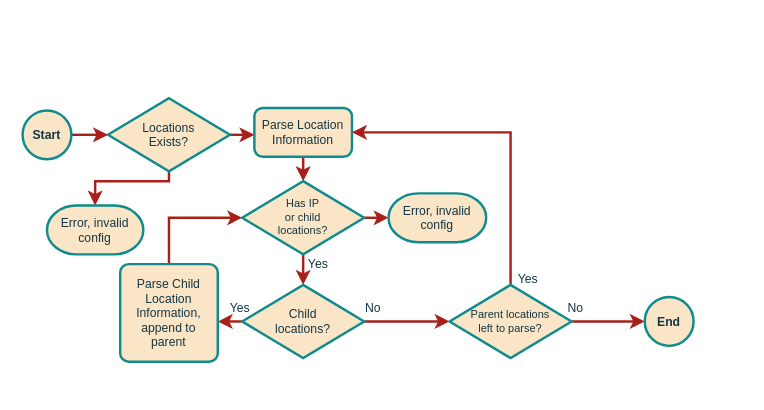
Earlier version of the draw.io diagram 3. Proyecto/metamodel/LexicalLocationsFlow.drawio (MrDahaniel/StarDuck). Source tidied: cells renumbered, new cells numbered last; positions are measured from the earlier drawing's top-left corner, leaving out a move shared by most shapes. Both pictures are drawn from the tidied source at 122%, with x=0, y=0 at pixel (22, 98).
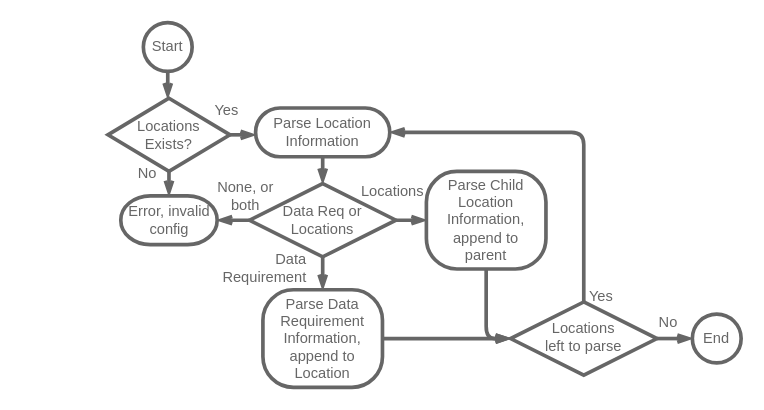
After the change.

Change to the diagram source:
```diff
@@
-    <mxCell id="2" style="edgeStyle=orthogonalEdgeStyle;shape=connector;rounded=0;jettySize=auto;html=1;labelBackgroundColor=default;strokeColor=#A8201A;strokeWidth=2;fontFamily=Helvetica;fontSize=11;fontColor=#143642;endArrow=classic;fillColor=#FAE5C7;" parent="1" edge="1" source="7" target="5">
+    <mxCell id="2" style="edgeStyle=orthogonalEdgeStyle;shape=connector;rounded=1;jettySize=auto;html=1;labelBackgroundColor=default;strokeColor=#666666;strokeWidth=3;fontFamily=Helvetica;fontSize=12;fontColor=#666666;endArrow=openThin;fillColor=#ffffff;arcSize=50;fontStyle=0;startArrow=none;startFill=0;endFill=0;" parent="1" edge="1" source="7" target="5">
       <mxGeometry relative="1" as="geometry">
         <Array as="points">
           <mxPoint x="230" y="30" />
         </Array>
       </mxGeometry>
     </mxCell>
-    <mxCell id="3" value="No" style="edgeLabel;html=1;align=center;verticalAlign=middle;fontSize=10;fontFamily=Helvetica;fontColor=#143642;labelBackgroundColor=none;" parent="1" vertex="1">
-      <mxGeometry x="288" y="172" as="geometry">
-        <mxPoint x="-2" y="-1" as="offset" />
-      </mxGeometry>
-    </mxCell>
-    <mxCell id="4" style="edgeStyle=orthogonalEdgeStyle;shape=connector;rounded=0;jettySize=auto;html=1;labelBackgroundColor=default;strokeColor=#A8201A;strokeWidth=2;fontFamily=Helvetica;fontSize=11;fontColor=#143642;endArrow=classic;fillColor=#FAE5C7;" parent="1" edge="1" source="5" target="12">
-      <mxGeometry relative="1" as="geometry">
-        <Array as="points">
-          <mxPoint x="230" y="58" />
-          <mxPoint x="230" y="58" />
-        </Array>
-      </mxGeometry>
+    <mxCell id="4" style="edgeStyle=orthogonalEdgeStyle;shape=connector;curved=0;rounded=1;jettySize=auto;html=1;labelBackgroundColor=default;strokeColor=#666666;strokeWidth=3;fontFamily=Helvetica;fontSize=12;fontColor=#666666;startArrow=none;startFill=0;endArrow=openThin;endFill=0;" parent="1" edge="1" source="5" target="12">
+      <mxGeometry relative="1" as="geometry" />
     </mxCell>
-    <mxCell id="5" value="Parse Location&lt;br&gt;Information" style="rounded=1;whiteSpace=wrap;html=1;absoluteArcSize=1;arcSize=14;strokeWidth=2;strokeColor=#0F8B8D;fontFamily=Helvetica;fontSize=10;fontColor=#143642;fillColor=#FAE5C7;" parent="1" vertex="1">
-      <mxGeometry x="190" y="8" width="80" height="40" as="geometry" />
+    <mxCell id="5" value="Parse Location&lt;br&gt;Information" style="rounded=1;whiteSpace=wrap;html=1;absoluteArcSize=1;arcSize=50;strokeWidth=3;strokeColor=#666666;fontFamily=Helvetica;fontSize=12;fontColor=#666666;fillColor=#ffffff;fontStyle=0;labelBackgroundColor=none;" parent="1" vertex="1">
+      <mxGeometry x="191" y="8" width="110" height="40" as="geometry" />
     </mxCell>
-    <mxCell id="6" style="edgeStyle=orthogonalEdgeStyle;shape=connector;rounded=0;jettySize=auto;html=1;exitX=0.5;exitY=1;exitDx=0;exitDy=0;exitPerimeter=0;entryX=0.5;entryY=0;entryDx=0;entryDy=0;entryPerimeter=0;labelBackgroundColor=default;strokeColor=#A8201A;strokeWidth=2;fontFamily=Helvetica;fontSize=11;fontColor=#143642;endArrow=classic;fillColor=#FAE5C7;" parent="1" edge="1" source="7" target="22">
-      <mxGeometry relative="1" as="geometry">
-        <Array as="points">
-          <mxPoint x="120" y="68" />
-          <mxPoint x="60" y="68" />
-        </Array>
-      </mxGeometry>
+    <mxCell id="6" style="edgeStyle=orthogonalEdgeStyle;shape=connector;rounded=1;jettySize=auto;html=1;labelBackgroundColor=default;strokeColor=#666666;strokeWidth=3;fontFamily=Helvetica;fontSize=12;fontColor=#666666;endArrow=openThin;fillColor=#ffffff;startArrow=none;startFill=0;endFill=0;" parent="1" edge="1" source="7" target="22">
+      <mxGeometry relative="1" as="geometry" />
     </mxCell>
-    <mxCell id="7" value="Locations &lt;br&gt;Exists?" style="strokeWidth=2;html=1;shape=mxgraph.flowchart.decision;whiteSpace=wrap;strokeColor=#0F8B8D;fontFamily=Helvetica;fontSize=10;fontColor=#143642;fillColor=#FAE5C7;" parent="1" vertex="1">
+    <mxCell id="7" value="Locations &lt;br&gt;Exists?" style="strokeWidth=3;html=1;shape=mxgraph.flowchart.decision;whiteSpace=wrap;strokeColor=#666666;fontFamily=Helvetica;fontSize=12;fontColor=#666666;fillColor=#ffffff;rounded=1;arcSize=50;fontStyle=0;labelBackgroundColor=none;" parent="1" vertex="1">
       <mxGeometry x="70" width="100" height="60" as="geometry" />
     </mxCell>
-    <mxCell id="8" style="edgeStyle=orthogonalEdgeStyle;shape=connector;rounded=0;jettySize=auto;html=1;labelBackgroundColor=default;strokeColor=#A8201A;strokeWidth=2;fontFamily=Helvetica;fontSize=11;fontColor=#143642;endArrow=classic;fillColor=#FAE5C7;" parent="1" edge="1" source="9" target="7">
+    <mxCell id="8" style="edgeStyle=orthogonalEdgeStyle;shape=connector;rounded=1;jettySize=auto;html=1;labelBackgroundColor=default;strokeColor=#666666;strokeWidth=3;fontFamily=Helvetica;fontSize=12;fontColor=#666666;endArrow=openThin;fillColor=#ffffff;arcSize=50;fontStyle=0;startArrow=none;startFill=0;endFill=0;" parent="1" edge="1" source="9" target="7">
       <mxGeometry relative="1" as="geometry">
         <Array as="points">
           <mxPoint x="70" y="28" />
           <mxPoint x="70" y="28" />
         </Array>
       </mxGeometry>
     </mxCell>
-    <mxCell id="9" value="Start" style="strokeWidth=2;html=1;shape=mxgraph.flowchart.start_2;whiteSpace=wrap;labelBackgroundColor=none;fillColor=#FAE5C7;strokeColor=#0F8B8D;fontColor=#143642;fontSize=10;fontStyle=1;" parent="1" vertex="1">
-      <mxGeometry y="10" width="40" height="40" as="geometry" />
+    <mxCell id="9" value="Start" style="strokeWidth=3;html=1;shape=mxgraph.flowchart.start_2;whiteSpace=wrap;labelBackgroundColor=none;fillColor=#ffffff;strokeColor=#666666;fontColor=#666666;fontSize=12;fontStyle=0;rounded=1;arcSize=50;" parent="1" vertex="1">
+      <mxGeometry x="99" y="-62" width="40" height="40" as="geometry" />
     </mxCell>
-    <mxCell id="10" style="edgeStyle=orthogonalEdgeStyle;shape=connector;rounded=0;jettySize=auto;html=1;labelBackgroundColor=default;strokeColor=#A8201A;strokeWidth=2;fontFamily=Helvetica;fontSize=11;fontColor=#143642;endArrow=classic;fillColor=#FAE5C7;" parent="1" edge="1" source="12" target="15">
-      <mxGeometry relative="1" as="geometry">
-        <Array as="points">
-          <mxPoint x="230" y="138" />
-          <mxPoint x="230" y="138" />
-        </Array>
-      </mxGeometry>
-    </mxCell>
-    <mxCell id="11" style="edgeStyle=orthogonalEdgeStyle;shape=connector;rounded=0;jettySize=auto;html=1;labelBackgroundColor=default;strokeColor=#A8201A;strokeWidth=2;fontFamily=Helvetica;fontSize=11;fontColor=#143642;endArrow=classic;fillColor=#FAE5C7;" parent="1" edge="1" source="12" target="18">
-      <mxGeometry relative="1" as="geometry">
-        <Array as="points">
-          <mxPoint x="290" y="98" />
-          <mxPoint x="290" y="98" />
-        </Array>
-      </mxGeometry>
-    </mxCell>
+    <mxCell id="28" style="edgeStyle=orthogonalEdgeStyle;shape=connector;curved=0;rounded=1;jettySize=auto;html=1;labelBackgroundColor=default;strokeColor=#666666;strokeWidth=3;fontFamily=Helvetica;fontSize=12;fontColor=#666666;startArrow=none;startFill=0;endArrow=openThin;endFill=0;" parent="1" edge="1" source="12" target="22">
+      <mxGeometry relative="1" as="geometry" />
+    </mxCell>
+    <mxCell id="29" style="edgeStyle=orthogonalEdgeStyle;shape=connector;curved=0;rounded=1;jettySize=auto;html=1;exitX=0.5;exitY=1;exitDx=0;exitDy=0;exitPerimeter=0;labelBackgroundColor=default;strokeColor=#666666;strokeWidth=3;fontFamily=Helvetica;fontSize=12;fontColor=#666666;startArrow=none;startFill=0;endArrow=openThin;endFill=0;" parent="1" edge="1" source="12" target="34">
+      <mxGeometry relative="1" as="geometry" />
+    </mxCell>
+    <mxCell id="30" style="edgeStyle=orthogonalEdgeStyle;shape=connector;curved=0;rounded=1;jettySize=auto;html=1;labelBackgroundColor=default;strokeColor=#666666;strokeWidth=3;fontFamily=Helvetica;fontSize=12;fontColor=#666666;startArrow=none;startFill=0;endArrow=openThin;endFill=0;" parent="1" edge="1" source="12" target="17">
+      <mxGeometry relative="1" as="geometry" />
+    </mxCell>
-    <mxCell id="12" value="&lt;font style=&quot;font-size: 9px;&quot;&gt;Has IP&lt;br style=&quot;font-size: 9px;&quot;&gt;or child &lt;br&gt;locations?&lt;/font&gt;" style="strokeWidth=2;html=1;shape=mxgraph.flowchart.decision;whiteSpace=wrap;strokeColor=#0F8B8D;fontFamily=Helvetica;fontSize=9;fontColor=#143642;fillColor=#FAE5C7;" parent="1" vertex="1">
-      <mxGeometry x="180" y="68" width="100" height="60" as="geometry" />
+    <mxCell id="12" value="&lt;font style=&quot;font-size: 12px;&quot;&gt;Data Req or&lt;br&gt;Locations&lt;br&gt;&lt;/font&gt;" style="strokeWidth=3;html=1;shape=mxgraph.flowchart.decision;whiteSpace=wrap;strokeColor=#666666;fontFamily=Helvetica;fontSize=12;fontColor=#666666;fillColor=#ffffff;rounded=1;arcSize=50;fontStyle=0;labelBackgroundColor=none;" parent="1" vertex="1">
+      <mxGeometry x="186" y="70" width="120" height="60" as="geometry" />
     </mxCell>
-    <mxCell id="13" style="edgeStyle=orthogonalEdgeStyle;shape=connector;rounded=0;jettySize=auto;html=1;labelBackgroundColor=default;strokeColor=#A8201A;strokeWidth=2;fontFamily=Helvetica;fontSize=11;fontColor=#143642;endArrow=classic;fillColor=#FAE5C7;" parent="1" edge="1" source="15" target="17">
-      <mxGeometry relative="1" as="geometry">
-        <Array as="points">
-          <mxPoint x="230" y="178" />
-        </Array>
-      </mxGeometry>
-    </mxCell>
-    <mxCell id="14" style="edgeStyle=orthogonalEdgeStyle;shape=connector;rounded=0;jettySize=auto;html=1;labelBackgroundColor=default;strokeColor=#A8201A;strokeWidth=2;fontFamily=Helvetica;fontSize=11;fontColor=#143642;endArrow=classic;fillColor=#FAE5C7;" parent="1" edge="1" source="15" target="21">
-      <mxGeometry relative="1" as="geometry" />
-    </mxCell>
-    <mxCell id="15" value="Child &lt;br&gt;locations?" style="strokeWidth=2;html=1;shape=mxgraph.flowchart.decision;whiteSpace=wrap;strokeColor=#0F8B8D;fontFamily=Helvetica;fontSize=10;fontColor=#143642;fillColor=#FAE5C7;" parent="1" vertex="1">
-      <mxGeometry x="180" y="153" width="100" height="60" as="geometry" />
-    </mxCell>
-    <mxCell id="16" style="edgeStyle=orthogonalEdgeStyle;shape=connector;rounded=0;jettySize=auto;html=1;entryX=0;entryY=0.5;entryDx=0;entryDy=0;entryPerimeter=0;labelBackgroundColor=default;strokeColor=#A8201A;strokeWidth=2;fontFamily=Helvetica;fontSize=11;fontColor=#143642;endArrow=classic;fillColor=#FAE5C7;" parent="1" edge="1" source="17" target="12">
-      <mxGeometry relative="1" as="geometry">
-        <Array as="points">
-          <mxPoint x="120" y="98" />
-        </Array>
-      </mxGeometry>
-    </mxCell>
+    <mxCell id="31" style="edgeStyle=orthogonalEdgeStyle;shape=connector;curved=0;rounded=1;jettySize=auto;html=1;entryX=0;entryY=0.5;entryDx=0;entryDy=0;entryPerimeter=0;labelBackgroundColor=default;strokeColor=#666666;strokeWidth=3;fontFamily=Helvetica;fontSize=12;fontColor=#666666;startArrow=none;startFill=0;endArrow=openThin;endFill=0;" parent="1" edge="1" source="17" target="21">
+      <mxGeometry relative="1" as="geometry" />
+    </mxCell>
-    <mxCell id="17" value="Parse Child Location&lt;br&gt;Information,&lt;br&gt;append to &lt;br&gt;parent" style="rounded=1;whiteSpace=wrap;html=1;absoluteArcSize=1;arcSize=14;strokeWidth=2;strokeColor=#0F8B8D;fontFamily=Helvetica;fontSize=10;fontColor=#143642;fillColor=#FAE5C7;" parent="1" vertex="1">
-      <mxGeometry x="80" y="136" width="80" height="80" as="geometry" />
+    <mxCell id="17" value="Parse Child Location&lt;br&gt;Information,&lt;br&gt;append to &lt;br&gt;parent" style="rounded=1;whiteSpace=wrap;html=1;absoluteArcSize=1;arcSize=50;strokeWidth=3;strokeColor=#666666;fontFamily=Helvetica;fontSize=12;fontColor=#666666;fillColor=#ffffff;fontStyle=0;labelBackgroundColor=none;" parent="1" vertex="1">
+      <mxGeometry x="331" y="60" width="98" height="80" as="geometry" />
     </mxCell>
-    <mxCell id="18" value="Error, invalid config" style="strokeWidth=2;html=1;shape=mxgraph.flowchart.terminator;whiteSpace=wrap;strokeColor=#0F8B8D;fontFamily=Helvetica;fontSize=10;fontColor=#143642;fillColor=#FAE5C7;" parent="1" vertex="1">
-      <mxGeometry x="300" y="78" width="80" height="40" as="geometry" />
-    </mxCell>
+    <mxCell id="20" style="edgeStyle=orthogonalEdgeStyle;shape=connector;rounded=1;jettySize=auto;html=1;labelBackgroundColor=default;strokeColor=#666666;strokeWidth=3;fontFamily=Helvetica;fontSize=12;fontColor=#666666;endArrow=openThin;fillColor=#ffffff;arcSize=50;fontStyle=0;startArrow=none;startFill=0;endFill=0;" parent="1" edge="1" source="21" target="23">
+      <mxGeometry relative="1" as="geometry">
+        <Array as="points">
+          <mxPoint x="568" y="195" />
+          <mxPoint x="568" y="195" />
+        </Array>
+      </mxGeometry>
+    </mxCell>
-    <mxCell id="19" style="edgeStyle=orthogonalEdgeStyle;shape=connector;rounded=0;jettySize=auto;html=1;entryX=1;entryY=0.5;entryDx=0;entryDy=0;labelBackgroundColor=default;strokeColor=#A8201A;strokeWidth=2;fontFamily=Helvetica;fontSize=11;fontColor=#143642;endArrow=classic;fillColor=#FAE5C7;exitX=0.5;exitY=0;exitDx=0;exitDy=0;exitPerimeter=0;" parent="1" edge="1" source="21" target="5">
-      <mxGeometry relative="1" as="geometry">
-        <Array as="points">
-          <mxPoint x="400" y="28" />
-        </Array>
-      </mxGeometry>
+    <mxCell id="19" style="edgeStyle=orthogonalEdgeStyle;shape=connector;curved=0;rounded=1;jettySize=auto;html=1;exitX=0.5;exitY=0;exitDx=0;exitDy=0;exitPerimeter=0;entryX=1;entryY=0.5;entryDx=0;entryDy=0;labelBackgroundColor=default;strokeColor=#666666;strokeWidth=3;fontFamily=Helvetica;fontSize=12;fontColor=#666666;startArrow=none;startFill=0;endArrow=openThin;endFill=0;" parent="1" edge="1" source="21" target="5">
+      <mxGeometry relative="1" as="geometry" />
     </mxCell>
-    <mxCell id="20" style="edgeStyle=orthogonalEdgeStyle;shape=connector;rounded=0;jettySize=auto;html=1;labelBackgroundColor=default;strokeColor=#A8201A;strokeWidth=2;fontFamily=Helvetica;fontSize=11;fontColor=#143642;endArrow=classic;fillColor=#FAE5C7;" parent="1" edge="1" source="21" target="23">
-      <mxGeometry relative="1" as="geometry">
-        <Array as="points">
-          <mxPoint x="450" y="178" />
-          <mxPoint x="450" y="178" />
-        </Array>
-      </mxGeometry>
-    </mxCell>
-    <mxCell id="21" value="Parent locations &lt;br style=&quot;font-size: 9px;&quot;&gt;left to parse?" style="strokeWidth=2;html=1;shape=mxgraph.flowchart.decision;whiteSpace=wrap;strokeColor=#0F8B8D;fontFamily=Helvetica;fontSize=9;fontColor=#143642;fillColor=#FAE5C7;" parent="1" vertex="1">
-      <mxGeometry x="350" y="153" width="100" height="60" as="geometry" />
+    <mxCell id="21" value="Locations &lt;br&gt;left to parse" style="strokeWidth=3;html=1;shape=mxgraph.flowchart.decision;whiteSpace=wrap;strokeColor=#666666;fontFamily=Helvetica;fontSize=12;fontColor=#666666;fillColor=#ffffff;rounded=1;arcSize=50;fontStyle=0;labelBackgroundColor=none;spacingTop=-2;" parent="1" vertex="1">
+      <mxGeometry x="400" y="167" width="120" height="60" as="geometry" />
     </mxCell>
-    <mxCell id="22" value="Error, invalid config" style="strokeWidth=2;html=1;shape=mxgraph.flowchart.terminator;whiteSpace=wrap;strokeColor=#0F8B8D;fontFamily=Helvetica;fontSize=10;fontColor=#143642;fillColor=#FAE5C7;" parent="1" vertex="1">
-      <mxGeometry x="20" y="88" width="79" height="40" as="geometry" />
+    <mxCell id="22" value="Error, invalid config" style="strokeWidth=3;html=1;shape=mxgraph.flowchart.terminator;whiteSpace=wrap;strokeColor=#666666;fontFamily=Helvetica;fontSize=12;fontColor=#666666;fillColor=#ffffff;rounded=1;arcSize=50;fontStyle=0;labelBackgroundColor=none;" parent="1" vertex="1">
+      <mxGeometry x="80.5" y="80" width="79" height="40" as="geometry" />
     </mxCell>
-    <mxCell id="23" value="End" style="strokeWidth=2;html=1;shape=mxgraph.flowchart.start_2;whiteSpace=wrap;labelBackgroundColor=none;fillColor=#FAE5C7;strokeColor=#0F8B8D;fontColor=#143642;fontSize=10;fontStyle=1;" parent="1" vertex="1">
-      <mxGeometry x="510" y="163" width="40" height="40" as="geometry" />
+    <mxCell id="23" value="End" style="strokeWidth=3;html=1;shape=mxgraph.flowchart.start_2;whiteSpace=wrap;labelBackgroundColor=none;fillColor=#ffffff;strokeColor=#666666;fontColor=#666666;fontSize=12;fontStyle=0;rounded=1;arcSize=50;" parent="1" vertex="1">
+      <mxGeometry x="549" y="177" width="40" height="40" as="geometry" />
     </mxCell>
-    <mxCell id="24" value="Yes" style="edgeLabel;html=1;align=center;verticalAlign=middle;fontSize=10;fontFamily=Helvetica;fontColor=#143642;labelBackgroundColor=none;" parent="1" vertex="1">
-      <mxGeometry x="415" y="148" as="geometry">
+    <mxCell id="24" value="Yes" style="edgeLabel;html=1;align=center;verticalAlign=middle;fontSize=12;fontFamily=Helvetica;fontColor=#666666;labelBackgroundColor=none;fillColor=#ffffff;strokeColor=#666666;rounded=1;arcSize=50;strokeWidth=3;fontStyle=0;" parent="1" vertex="1">
+      <mxGeometry x="475" y="163" as="geometry">
         <mxPoint x="-2" y="-1" as="offset" />
       </mxGeometry>
     </mxCell>
-    <mxCell id="25" value="No" style="edgeLabel;html=1;align=center;verticalAlign=middle;fontSize=10;fontFamily=Helvetica;fontColor=#143642;labelBackgroundColor=none;" parent="1" vertex="1">
-      <mxGeometry x="454" y="172" as="geometry">
+    <mxCell id="25" value="No" style="edgeLabel;html=1;align=center;verticalAlign=middle;fontSize=12;fontFamily=Helvetica;fontColor=#666666;labelBackgroundColor=none;fillColor=#ffffff;strokeColor=#666666;rounded=1;arcSize=50;strokeWidth=3;fontStyle=0;" parent="1" vertex="1">
+      <mxGeometry x="530" y="184" as="geometry">
         <mxPoint x="-2" y="-1" as="offset" />
       </mxGeometry>
     </mxCell>
-    <mxCell id="26" value="Yes" style="edgeLabel;html=1;align=center;verticalAlign=middle;fontSize=10;fontFamily=Helvetica;fontColor=#143642;labelBackgroundColor=none;" parent="1" vertex="1">
-      <mxGeometry x="245" y="136" as="geometry">
+    <mxCell id="26" value="Locations" style="edgeLabel;html=1;align=center;verticalAlign=middle;fontSize=12;fontFamily=Helvetica;fontColor=#666666;labelBackgroundColor=none;fillColor=#ffffff;strokeColor=#666666;rounded=1;arcSize=50;strokeWidth=3;fontStyle=0;" parent="1" vertex="1">
+      <mxGeometry x="306" y="77" as="geometry">
         <mxPoint x="-4" y="-1" as="offset" />
       </mxGeometry>
     </mxCell>
-    <mxCell id="27" value="Yes" style="edgeLabel;html=1;align=center;verticalAlign=middle;fontSize=10;fontFamily=Helvetica;fontColor=#143642;labelBackgroundColor=none;" parent="1" vertex="1">
-      <mxGeometry x="179" y="172" as="geometry">
-        <mxPoint x="-2" y="-1" as="offset" />
+    <mxCell id="27" value="Yes" style="edgeLabel;html=1;align=center;verticalAlign=middle;fontSize=12;fontFamily=Helvetica;fontColor=#666666;labelBackgroundColor=none;fillColor=#ffffff;strokeColor=#666666;rounded=1;arcSize=50;strokeWidth=3;fontStyle=0;" parent="1" vertex="1">
+      <mxGeometry x="170" y="10" as="geometry">
+        <mxPoint x="-4" y="-1" as="offset" />
       </mxGeometry>
     </mxCell>
+    <mxCell id="32" value="None, or both" style="text;html=1;strokeColor=none;fillColor=none;align=center;verticalAlign=middle;whiteSpace=wrap;rounded=0;fontSize=12;fontFamily=Helvetica;fontColor=#666666;" parent="1" vertex="1">
+      <mxGeometry x="153" y="65" width="60" height="30" as="geometry" />
+    </mxCell>
+    <mxCell id="33" style="edgeStyle=orthogonalEdgeStyle;shape=connector;curved=0;rounded=1;jettySize=auto;html=1;entryX=0;entryY=0.5;entryDx=0;entryDy=0;entryPerimeter=0;labelBackgroundColor=default;strokeColor=#666666;strokeWidth=3;fontFamily=Helvetica;fontSize=12;fontColor=#666666;startArrow=none;startFill=0;endArrow=openThin;endFill=0;" parent="1" edge="1" source="34" target="21">
+      <mxGeometry relative="1" as="geometry" />
+    </mxCell>
+    <mxCell id="34" value="Parse Data&lt;br&gt;Requirement&lt;br&gt;Information,&lt;br&gt;append to &lt;br&gt;Location" style="rounded=1;whiteSpace=wrap;html=1;absoluteArcSize=1;arcSize=50;strokeWidth=3;strokeColor=#666666;fontFamily=Helvetica;fontSize=12;fontColor=#666666;fillColor=#ffffff;fontStyle=0;labelBackgroundColor=none;" parent="1" vertex="1">
+      <mxGeometry x="197" y="157" width="98" height="80" as="geometry" />
+    </mxCell>
+    <mxCell id="35" value="Data&lt;br&gt;Requirement" style="edgeLabel;html=1;align=right;verticalAlign=middle;fontSize=12;fontFamily=Helvetica;fontColor=#666666;labelBackgroundColor=none;fillColor=#ffffff;strokeColor=#666666;rounded=1;arcSize=50;strokeWidth=3;fontStyle=0;" parent="1" vertex="1">
+      <mxGeometry x="237" y="139" as="geometry">
+        <mxPoint x="-4" y="-1" as="offset" />
+      </mxGeometry>
+    </mxCell>
+    <mxCell id="3" value="No" style="edgeLabel;html=1;align=center;verticalAlign=middle;fontSize=12;fontFamily=Helvetica;fontColor=#666666;labelBackgroundColor=none;fillColor=#ffffff;strokeColor=#666666;rounded=1;arcSize=50;strokeWidth=3;fontStyle=0;" parent="1" vertex="1">
+      <mxGeometry x="105" y="62" as="geometry">
+        <mxPoint x="-4" y="-1" as="offset" />
+      </mxGeometry>
+    </mxCell>
```
